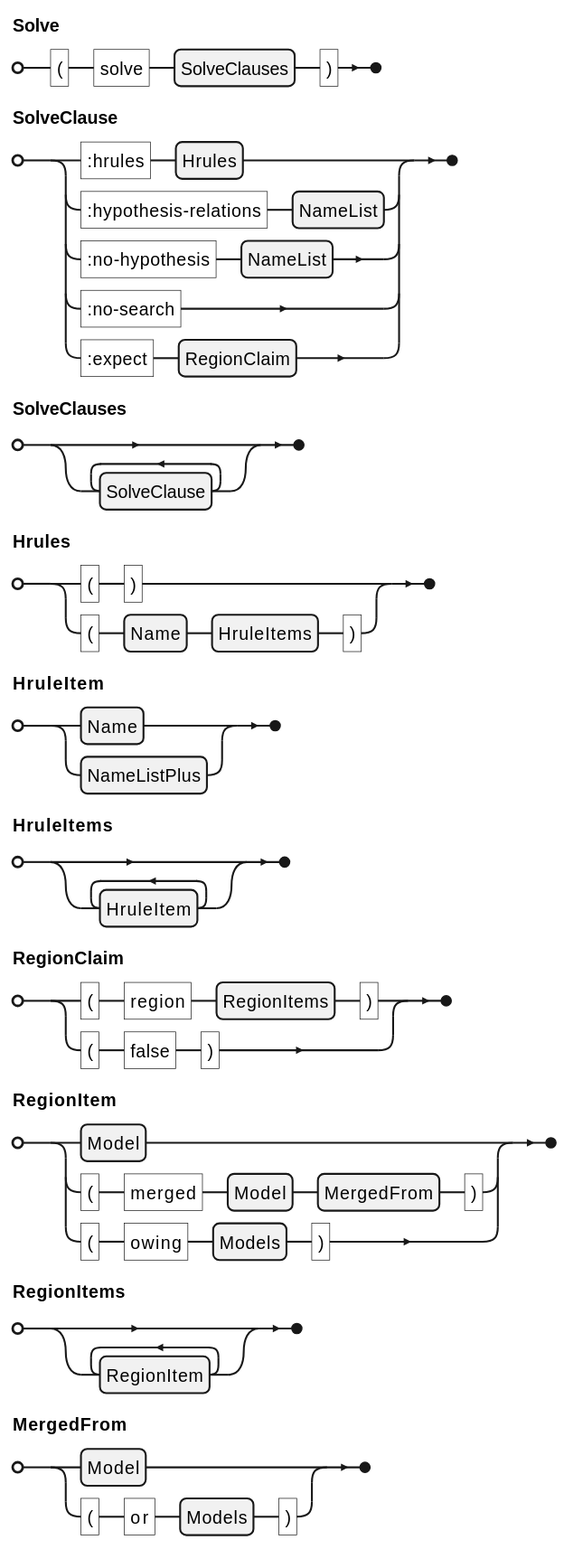
agutikov/ein keeps this PlantUML diagram as docs/ein/user/04-reference/diagrams/01-grammar-phrase-solve.svg. Above is the earlier version. Its source is kept beside it as docs/ein/user/04-reference/diagrams/01-grammar-phrase-solve.puml.
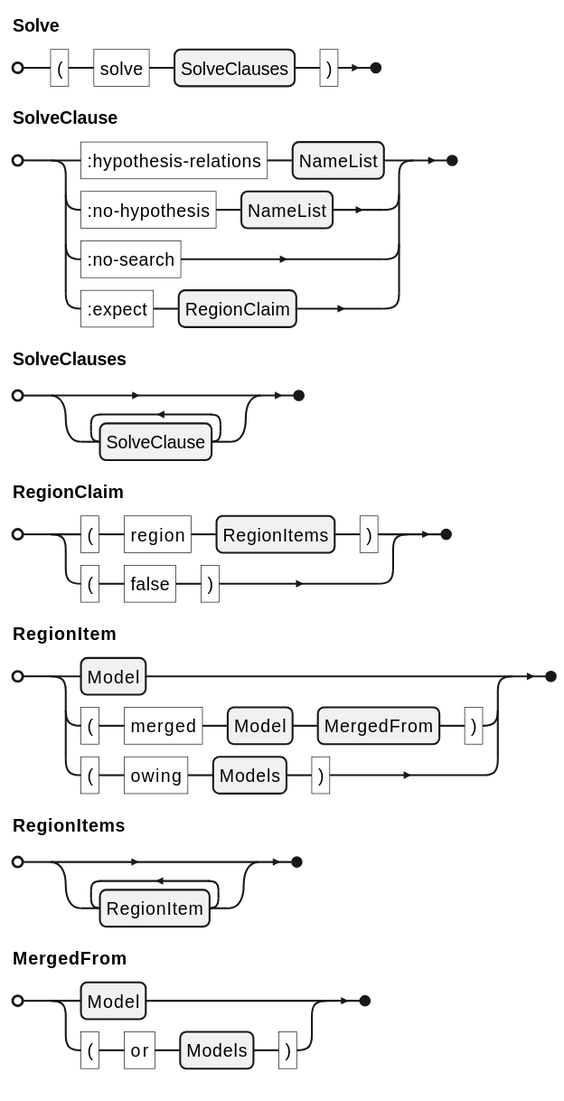
Later version of the same file.

The edit, as a diff of the source:
```diff
@@ -1,15 +1,11 @@
 @startebnf
 Solve = "(" , "solve" , SolveClauses , ")" ;
 SolveClause =
-    ":hrules" , Hrules
-  | ":hypothesis-relations" , NameList
+    ":hypothesis-relations" , NameList
   | ":no-hypothesis" , NameList
   | ":no-search"
   | ":expect" , RegionClaim ;
 SolveClauses = { SolveClause } ;
-Hrules = "(" , ")" | "(" , Name , HruleItems , ")" ;
-HruleItem = Name | NameListPlus ;
-HruleItems = { HruleItem } ;
 RegionClaim = "(" , "region" , RegionItems , ")" | "(" , "false" , ")" ;
 RegionItem = Model | "(" , "merged" , Model , MergedFrom , ")" | "(" , "owing" , Models , ")" ;
 RegionItems = { RegionItem } ;
```
